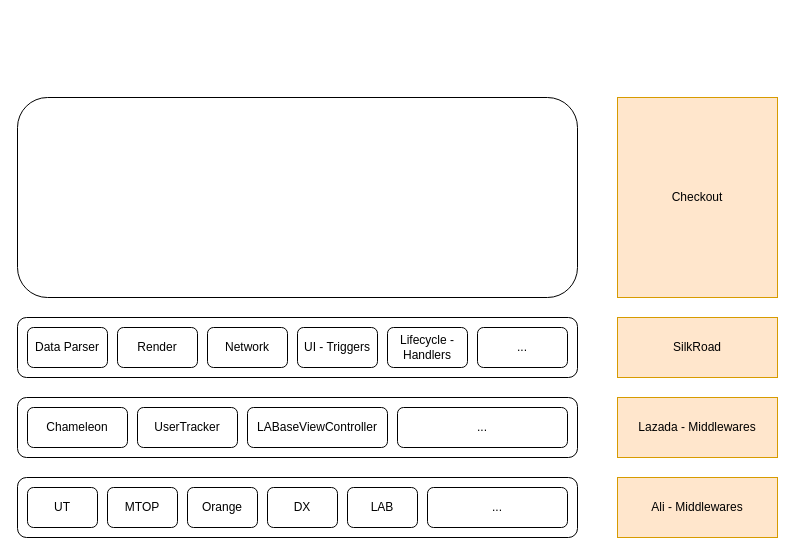
TIEmerald/Draw_io_Repository keeps this draw.io diagram as Silk_Road_Structure.drawio. Above is the earlier version. Source tidied: cells renumbered, new cells numbered last; positions are measured from the earlier drawing's top-left corner, leaving out a move shared by most shapes. Both pictures are drawn from the tidied source at 100%, with x=0, y=0 at pixel (17, 97).
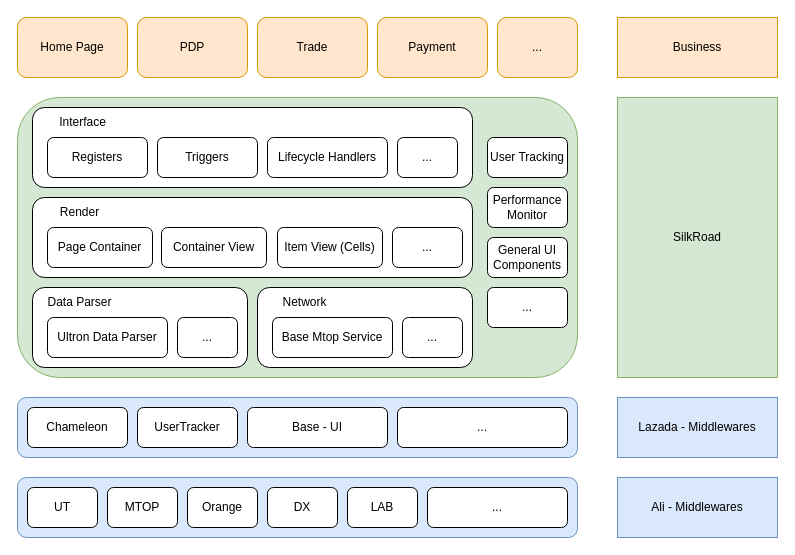
The same page after the edit.

What changed in the source:
```diff
@@
-    <mxCell id="2" style="rounded=1;whiteSpace=wrap;html=1;" parent="1" vertex="1">
+    <mxCell id="2" style="rounded=1;whiteSpace=wrap;html=1;fillColor=#dae8fc;strokeColor=#6c8ebf;" parent="1" vertex="1">
       <mxGeometry y="380" width="560" height="60" as="geometry" />
     </mxCell>
-    <mxCell id="3" value="Ali - Middlewares" style="rounded=0;whiteSpace=wrap;html=1;fillColor=#ffe6cc;strokeColor=#d79b00;" parent="1" vertex="1">
+    <mxCell id="3" value="Ali - Middlewares" style="rounded=0;whiteSpace=wrap;html=1;fillColor=#dae8fc;strokeColor=#6c8ebf;" parent="1" vertex="1">
       <mxGeometry x="600" y="380" width="160" height="60" as="geometry" />
     </mxCell>
@@
-    <mxCell id="10" style="rounded=1;whiteSpace=wrap;html=1;" parent="1" vertex="1">
+    <mxCell id="10" style="rounded=1;whiteSpace=wrap;html=1;fillColor=#dae8fc;strokeColor=#6c8ebf;" parent="1" vertex="1">
       <mxGeometry y="300" width="560" height="60" as="geometry" />
     </mxCell>
-    <mxCell id="11" value="Lazada - Middlewares" style="rounded=0;whiteSpace=wrap;html=1;fillColor=#ffe6cc;strokeColor=#d79b00;" parent="1" vertex="1">
+    <mxCell id="11" value="Lazada - Middlewares" style="rounded=0;whiteSpace=wrap;html=1;fillColor=#dae8fc;strokeColor=#6c8ebf;" parent="1" vertex="1">
       <mxGeometry x="600" y="300" width="160" height="60" as="geometry" />
     </mxCell>
@@
-    <mxCell id="14" value="LABaseViewController" style="rounded=1;whiteSpace=wrap;html=1;" parent="1" vertex="1">
+    <mxCell id="14" value="Base - UI" style="rounded=1;whiteSpace=wrap;html=1;" parent="1" vertex="1">
       <mxGeometry x="230" y="310" width="140" height="40" as="geometry" />
     </mxCell>
@@
-    <mxCell id="16" style="rounded=1;whiteSpace=wrap;html=1;" parent="1" vertex="1">
-      <mxGeometry y="220" width="560" height="60" as="geometry" />
+    <mxCell id="16" style="rounded=1;whiteSpace=wrap;html=1;fillColor=#d5e8d4;strokeColor=#82b366;" parent="1" vertex="1">
+      <mxGeometry width="560" height="280" as="geometry" />
     </mxCell>
-    <mxCell id="17" value="SilkRoad" style="rounded=0;whiteSpace=wrap;html=1;fillColor=#ffe6cc;strokeColor=#d79b00;" parent="1" vertex="1">
-      <mxGeometry x="600" y="220" width="160" height="60" as="geometry" />
+    <mxCell id="17" value="SilkRoad" style="rounded=0;whiteSpace=wrap;html=1;fillColor=#d5e8d4;strokeColor=#82b366;" parent="1" vertex="1">
+      <mxGeometry x="600" width="160" height="280" as="geometry" />
     </mxCell>
-    <mxCell id="18" value="Data Parser" style="rounded=1;whiteSpace=wrap;html=1;" parent="1" vertex="1">
-      <mxGeometry x="10" y="230" width="80" height="40" as="geometry" />
-    </mxCell>
-    <mxCell id="19" value="Render" style="rounded=1;whiteSpace=wrap;html=1;" parent="1" vertex="1">
-      <mxGeometry x="100" y="230" width="80" height="40" as="geometry" />
-    </mxCell>
-    <mxCell id="20" value="Network" style="rounded=1;whiteSpace=wrap;html=1;" parent="1" vertex="1">
-      <mxGeometry x="190" y="230" width="80" height="40" as="geometry" />
-    </mxCell>
-    <mxCell id="21" value="UI - Triggers" style="rounded=1;whiteSpace=wrap;html=1;" parent="1" vertex="1">
-      <mxGeometry x="280" y="230" width="80" height="40" as="geometry" />
+    <mxCell id="21" value="User Tracking" style="rounded=1;whiteSpace=wrap;html=1;" parent="1" vertex="1">
+      <mxGeometry x="470" y="40" width="80" height="40" as="geometry" />
     </mxCell>
-    <mxCell id="22" value="Lifecycle - Handlers" style="rounded=1;whiteSpace=wrap;html=1;" parent="1" vertex="1">
-      <mxGeometry x="370" y="230" width="80" height="40" as="geometry" />
-    </mxCell>
     <mxCell id="23" value="..." style="rounded=1;whiteSpace=wrap;html=1;" parent="1" vertex="1">
-      <mxGeometry x="460" y="230" width="90" height="40" as="geometry" />
+      <mxGeometry x="470" y="190" width="80" height="40" as="geometry" />
     </mxCell>
-    <mxCell id="24" value="Checkout" style="rounded=0;whiteSpace=wrap;html=1;fillColor=#ffe6cc;strokeColor=#d79b00;" parent="1" vertex="1">
-      <mxGeometry x="600" width="160" height="200" as="geometry" />
+    <mxCell id="24" value="Business" style="rounded=0;whiteSpace=wrap;html=1;fillColor=#ffe6cc;strokeColor=#d79b00;" parent="1" vertex="1">
+      <mxGeometry x="600" y="-80" width="160" height="60" as="geometry" />
     </mxCell>
-    <mxCell id="25" style="rounded=1;whiteSpace=wrap;html=1;" parent="1" vertex="1">
-      <mxGeometry width="560" height="200" as="geometry" />
+    <mxCell id="25" value="Home Page" style="rounded=1;whiteSpace=wrap;html=1;fillColor=#ffe6cc;strokeColor=#d79b00;" parent="1" vertex="1">
+      <mxGeometry y="-80" width="110" height="60" as="geometry" />
     </mxCell>
+    <mxCell id="26" value="PDP" style="rounded=1;whiteSpace=wrap;html=1;fillColor=#ffe6cc;strokeColor=#d79b00;" parent="1" vertex="1">
+      <mxGeometry x="120" y="-80" width="110" height="60" as="geometry" />
+    </mxCell>
+    <mxCell id="27" value="Trade" style="rounded=1;whiteSpace=wrap;html=1;fillColor=#ffe6cc;strokeColor=#d79b00;" parent="1" vertex="1">
+      <mxGeometry x="240" y="-80" width="110" height="60" as="geometry" />
+    </mxCell>
+    <mxCell id="28" value="Payment" style="rounded=1;whiteSpace=wrap;html=1;fillColor=#ffe6cc;strokeColor=#d79b00;" parent="1" vertex="1">
+      <mxGeometry x="360" y="-80" width="110" height="60" as="geometry" />
+    </mxCell>
+    <mxCell id="29" value="..." style="rounded=1;whiteSpace=wrap;html=1;fillColor=#ffe6cc;strokeColor=#d79b00;" parent="1" vertex="1">
+      <mxGeometry x="480" y="-80" width="80" height="60" as="geometry" />
+    </mxCell>
+    <mxCell id="30" style="group;" parent="1" vertex="1">
+      <mxGeometry x="240" y="190" width="215" height="80" as="geometry" />
+    </mxCell>
+    <mxCell id="20" style="rounded=1;whiteSpace=wrap;html=1;" parent="30" vertex="1">
+      <mxGeometry width="215" height="80" as="geometry" />
+    </mxCell>
+    <mxCell id="31" value="Network" style="text;html=1;strokeColor=none;fillColor=none;align=center;verticalAlign=middle;whiteSpace=wrap;rounded=0;" parent="30" vertex="1">
+      <mxGeometry width="95" height="30" as="geometry" />
+    </mxCell>
+    <mxCell id="32" value="Base Mtop Service" style="rounded=1;whiteSpace=wrap;html=1;" parent="30" vertex="1">
+      <mxGeometry x="15" y="30" width="120" height="40" as="geometry" />
+    </mxCell>
+    <mxCell id="33" value="..." style="rounded=1;whiteSpace=wrap;html=1;" parent="30" vertex="1">
+      <mxGeometry x="145" y="30" width="60" height="40" as="geometry" />
+    </mxCell>
+    <mxCell id="34" style="group;" parent="1" vertex="1">
+      <mxGeometry x="15" y="190" width="215" height="80" as="geometry" />
+    </mxCell>
+    <mxCell id="18" style="rounded=1;whiteSpace=wrap;html=1;" parent="34" vertex="1">
+      <mxGeometry width="215" height="80" as="geometry" />
+    </mxCell>
+    <mxCell id="19" value="Ultron Data Parser" style="rounded=1;whiteSpace=wrap;html=1;" parent="34" vertex="1">
+      <mxGeometry x="15" y="30" width="120" height="40" as="geometry" />
+    </mxCell>
+    <mxCell id="35" value="Data Parser" style="text;html=1;strokeColor=none;fillColor=none;align=center;verticalAlign=middle;whiteSpace=wrap;rounded=0;" parent="34" vertex="1">
+      <mxGeometry width="95" height="30" as="geometry" />
+    </mxCell>
+    <mxCell id="36" value="..." style="rounded=1;whiteSpace=wrap;html=1;" parent="34" vertex="1">
+      <mxGeometry x="145" y="30" width="60" height="40" as="geometry" />
+    </mxCell>
+    <mxCell id="37" style="group;" parent="1" vertex="1">
+      <mxGeometry x="15" y="100" width="440" height="80" as="geometry" />
+    </mxCell>
+    <mxCell id="38" style="rounded=1;whiteSpace=wrap;html=1;" parent="37" vertex="1">
+      <mxGeometry width="440" height="80" as="geometry" />
+    </mxCell>
+    <mxCell id="39" value="Page Container" style="rounded=1;whiteSpace=wrap;html=1;" parent="37" vertex="1">
+      <mxGeometry x="15" y="30" width="105" height="40" as="geometry" />
+    </mxCell>
+    <mxCell id="40" value="Render" style="text;html=1;strokeColor=none;fillColor=none;align=center;verticalAlign=middle;whiteSpace=wrap;rounded=0;" parent="37" vertex="1">
+      <mxGeometry width="95" height="30" as="geometry" />
+    </mxCell>
+    <mxCell id="41" value="..." style="rounded=1;whiteSpace=wrap;html=1;" parent="37" vertex="1">
+      <mxGeometry x="360" y="30" width="70" height="40" as="geometry" />
+    </mxCell>
+    <mxCell id="42" value="Container View" style="rounded=1;whiteSpace=wrap;html=1;" parent="37" vertex="1">
+      <mxGeometry x="129" y="30" width="105" height="40" as="geometry" />
+    </mxCell>
+    <mxCell id="43" value="Item View (Cells)" style="rounded=1;whiteSpace=wrap;html=1;" parent="37" vertex="1">
+      <mxGeometry x="245" y="30" width="105" height="40" as="geometry" />
+    </mxCell>
+    <mxCell id="44" style="rounded=1;whiteSpace=wrap;html=1;" parent="1" vertex="1">
+      <mxGeometry x="15" y="10" width="440" height="80" as="geometry" />
+    </mxCell>
+    <mxCell id="45" value="Registers" style="rounded=1;whiteSpace=wrap;html=1;" parent="1" vertex="1">
+      <mxGeometry x="30" y="40" width="100" height="40" as="geometry" />
+    </mxCell>
+    <mxCell id="46" value="Interface" style="text;html=1;strokeColor=none;fillColor=none;align=center;verticalAlign=middle;whiteSpace=wrap;rounded=0;" parent="1" vertex="1">
+      <mxGeometry x="17.5" y="10" width="95" height="30" as="geometry" />
+    </mxCell>
+    <mxCell id="47" value="..." style="rounded=1;whiteSpace=wrap;html=1;" parent="1" vertex="1">
+      <mxGeometry x="380" y="40" width="60" height="40" as="geometry" />
+    </mxCell>
+    <mxCell id="48" value="Triggers" style="rounded=1;whiteSpace=wrap;html=1;" parent="1" vertex="1">
+      <mxGeometry x="140" y="40" width="100" height="40" as="geometry" />
+    </mxCell>
+    <mxCell id="49" value="Lifecycle Handlers" style="rounded=1;whiteSpace=wrap;html=1;" parent="1" vertex="1">
+      <mxGeometry x="250" y="40" width="120" height="40" as="geometry" />
+    </mxCell>
+    <mxCell id="50" value="Performance Monitor" style="rounded=1;whiteSpace=wrap;html=1;" parent="1" vertex="1">
+      <mxGeometry x="470" y="90" width="80" height="40" as="geometry" />
+    </mxCell>
+    <mxCell id="51" value="General UI Components" style="rounded=1;whiteSpace=wrap;html=1;" parent="1" vertex="1">
+      <mxGeometry x="470" y="140" width="80" height="40" as="geometry" />
+    </mxCell>
```
